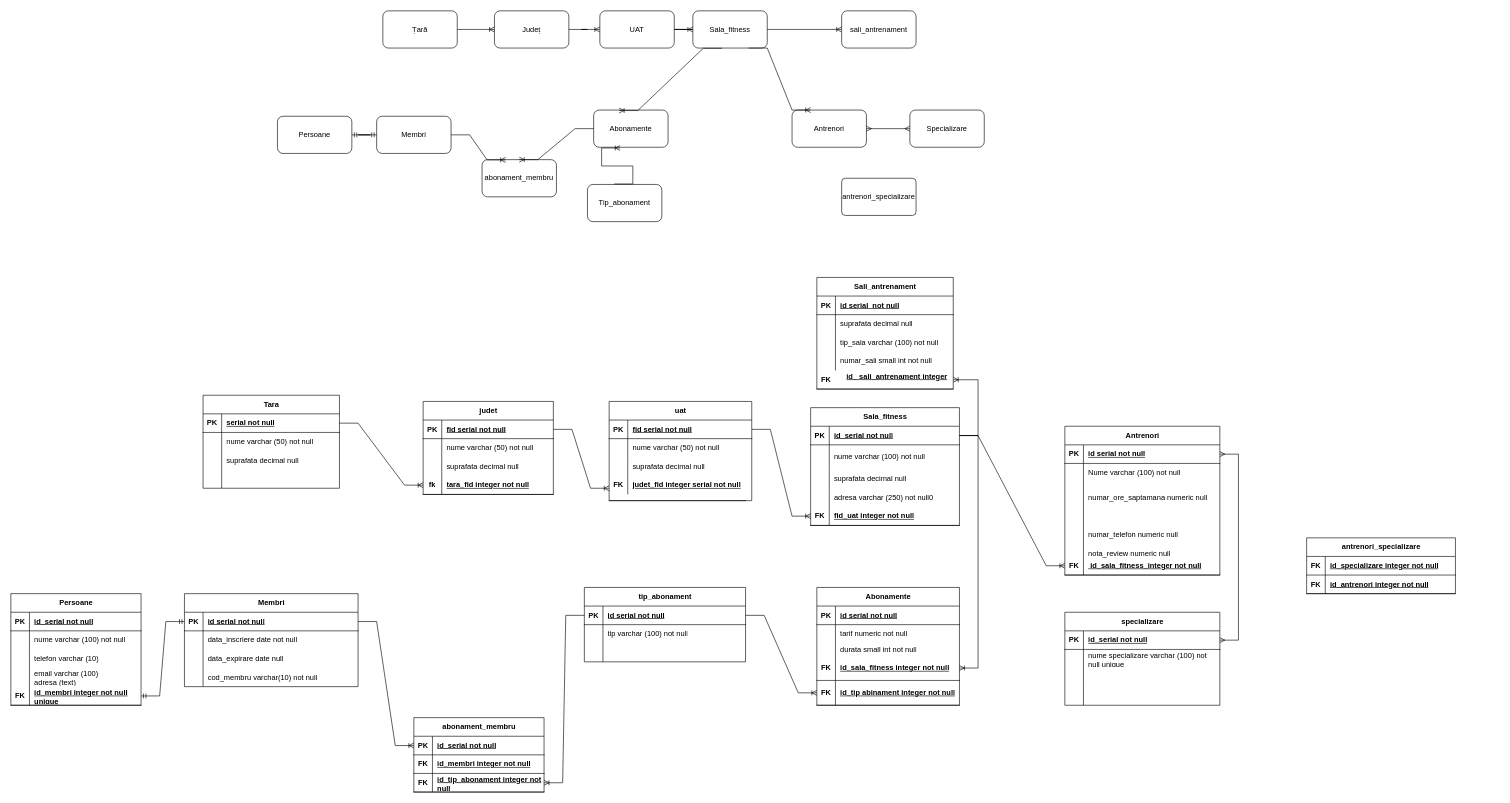
Before: Untitled Diagram.drawio in AndreeaPatrauvt/examen_sem1_Patra, a draw.io diagram. Source tidied: cells renumbered, new cells numbered last; positions are measured from the earlier drawing's top-left corner, leaving out a move shared by most shapes. Both pictures are drawn from the tidied source at 62%, with x=0, y=0 at pixel (11, 11).
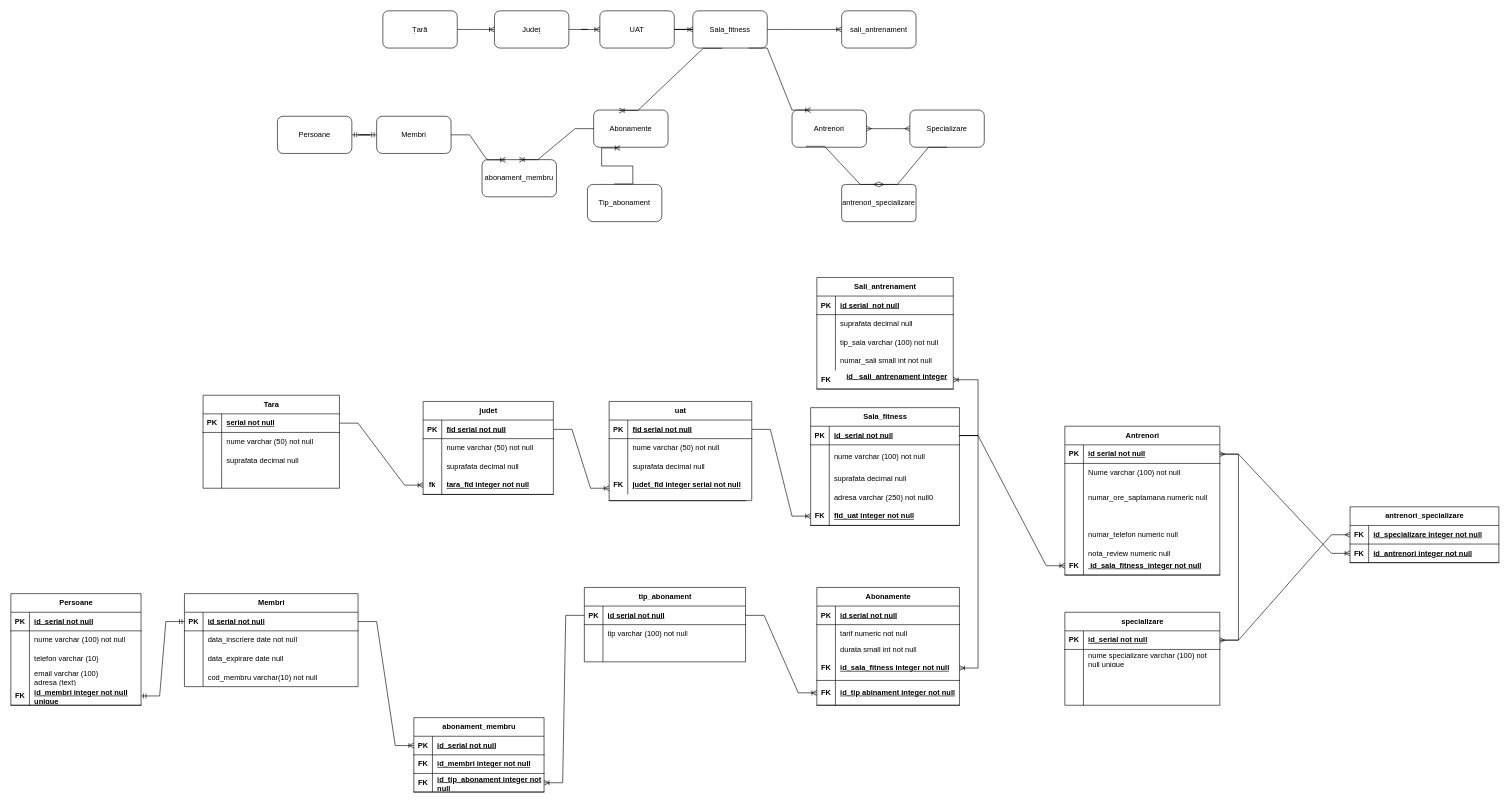
The same page after the edit.

Unchanged cells that the change refers to:
```xml
<mxCell id="9" value="Antrenori" style="rounded=1;whiteSpace=wrap;html=1;" parent="1" vertex="1">
  <mxGeometry x="1260" y="160" width="120" height="60" as="geometry" />
</mxCell>
<mxCell id="10" value="Specializare" style="rounded=1;whiteSpace=wrap;html=1;" parent="1" vertex="1">
  <mxGeometry x="1450" y="160" width="120" height="60" as="geometry" />
</mxCell>
<mxCell id="136" style="shape=tableRow;horizontal=0;startSize=0;swimlaneHead=0;swimlaneBody=0;fillColor=none;points=[[0,0.5],[1,0.5]];portConstraint=eastwest;top=0;left=0;right=0;bottom=1;" parent="135" vertex="1">
  <mxGeometry y="30" width="250" height="30" as="geometry" />
</mxCell>
<mxCell id="152" style="shape=tableRow;horizontal=0;startSize=0;swimlaneHead=0;swimlaneBody=0;fillColor=none;points=[[0,0.5],[1,0.5]];portConstraint=eastwest;top=0;left=0;right=0;bottom=1;" parent="151" vertex="1">
  <mxGeometry y="30" width="250" height="30" as="geometry" />
</mxCell>
<mxCell id="168" style="shape=tableRow;horizontal=0;startSize=0;swimlaneHead=0;swimlaneBody=0;fillColor=none;points=[[0,0.5],[1,0.5]];portConstraint=eastwest;top=0;left=0;right=0;bottom=1;" parent="167" vertex="1">
  <mxGeometry y="30" width="240" height="30" as="geometry" />
</mxCell>
<mxCell id="171" style="shape=tableRow;horizontal=0;startSize=0;swimlaneHead=0;swimlaneBody=0;fillColor=none;points=[[0,0.5],[1,0.5]];portConstraint=eastwest;top=0;left=0;right=0;bottom=1;" parent="167" vertex="1">
  <mxGeometry y="60" width="240" height="30" as="geometry" />
</mxCell>
```

The edit, as a diff of the source:
```diff
@@
     <mxCell id="167" value="antrenori_specializare" style="shape=table;startSize=30;childLayout=tableLayout;rowLines=0;fontStyle=1;align=center;html=1;" parent="1" vertex="1">
-      <mxGeometry x="2090" y="850" width="240" height="90" as="geometry" />
+      <mxGeometry x="2160" y="800" width="240" height="90" as="geometry" />
     </mxCell>
@@
     <mxCell id="175" value="antrenori_specializare" style="rounded=1;arcSize=10;whiteSpace=wrap;html=1;align=center;" parent="1" vertex="1">
-      <mxGeometry x="1340" y="270" width="120" height="60" as="geometry" />
+      <mxGeometry x="1340" y="280" width="120" height="60" as="geometry" />
     </mxCell>
@@
+    <mxCell id="218" style="edgeStyle=entityRelationEdgeStyle;fontSize=12;html=1;endArrow=ERoneToMany;rounded=0;" parent="1" edge="1" source="152" target="171">
+      <mxGeometry relative="1" as="geometry" />
+    </mxCell>
+    <mxCell id="219" style="edgeStyle=entityRelationEdgeStyle;fontSize=12;html=1;endArrow=ERmany;rounded=0;" parent="1" edge="1" source="136" target="168">
+      <mxGeometry relative="1" as="geometry" />
+    </mxCell>
+    <mxCell id="220" style="edgeStyle=entityRelationEdgeStyle;fontSize=12;html=1;endArrow=ERmany;rounded=0;exitX=0.186;exitY=0.974;exitDx=0;exitDy=0;exitPerimeter=0;entryX=0.5;entryY=0;entryDx=0;entryDy=0;" parent="1" edge="1" source="9" target="175">
+      <mxGeometry relative="1" as="geometry" />
+    </mxCell>
+    <mxCell id="221" style="edgeStyle=entityRelationEdgeStyle;fontSize=12;html=1;endArrow=ERmany;rounded=0;exitX=0.5;exitY=1;exitDx=0;exitDy=0;entryX=0.5;entryY=0;entryDx=0;entryDy=0;" parent="1" edge="1" source="10" target="175">
+      <mxGeometry relative="1" as="geometry">
+        <Array as="points">
+          <mxPoint x="1440" y="280" />
+        </Array>
+      </mxGeometry>
+    </mxCell>
```
